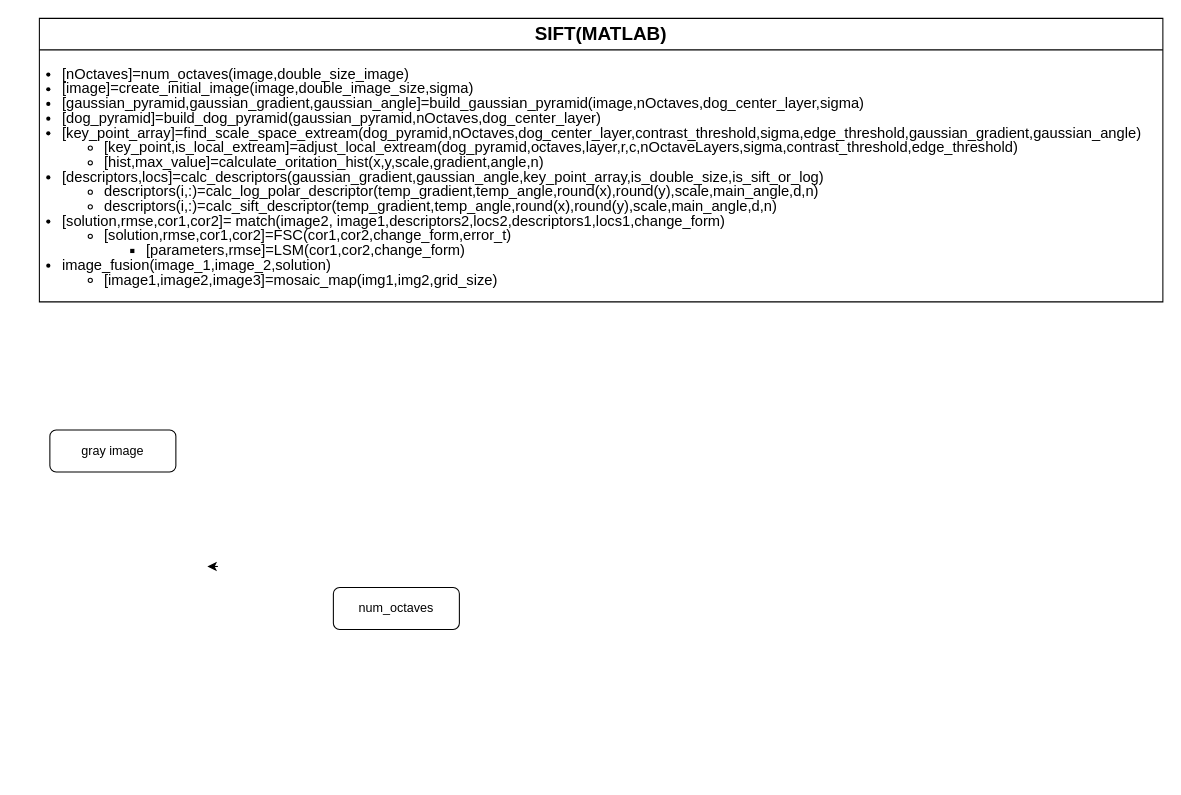
Above: sift_orign.drawio in stidyhard/draw (draw.io), before the change. Source tidied: cells renumbered, new cells numbered last; positions are measured from the earlier drawing's top-left corner, leaving out a move shared by most shapes. Both pictures are drawn from the tidied source at 105%, with x=0, y=0 at pixel (18, 18).
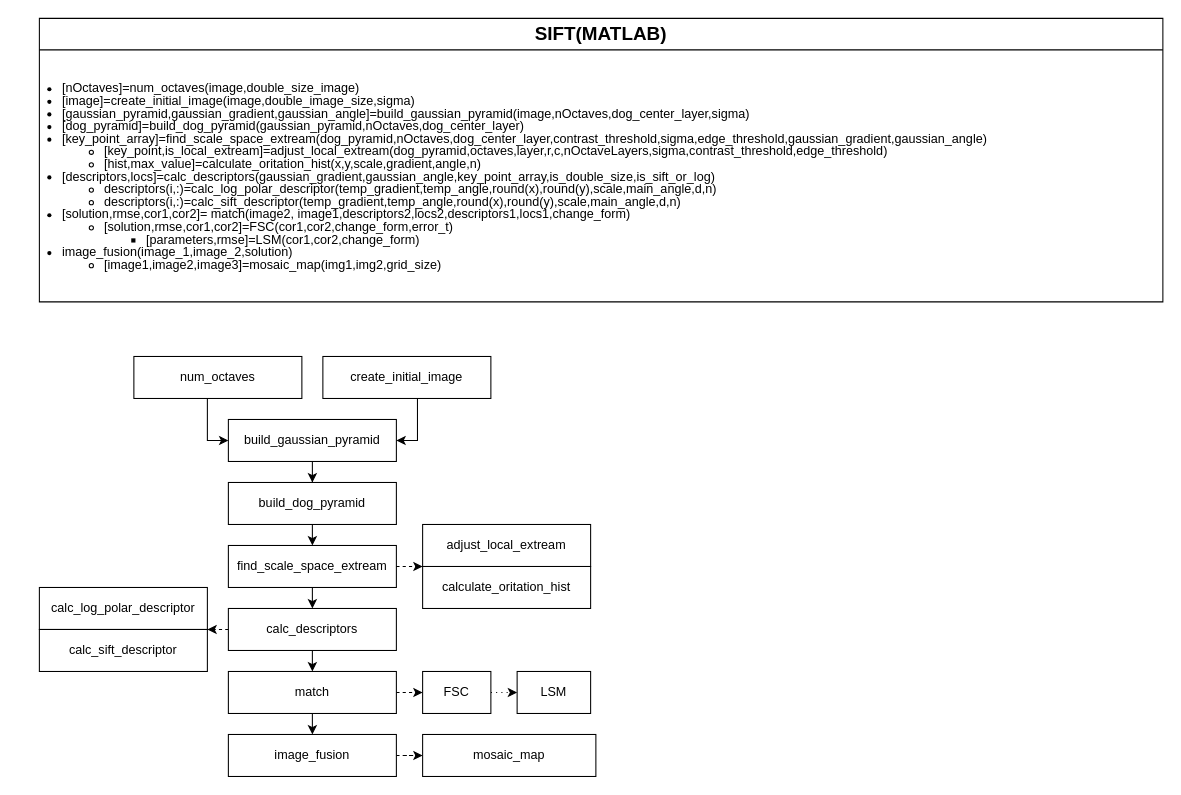
After the change.

Change to the diagram source:
```diff
@@
-    <mxCell id="2" value="gray image" style="rounded=1;whiteSpace=wrap;html=1;" parent="1" vertex="1">
-      <mxGeometry x="30" y="392" width="120" height="40" as="geometry" />
-    </mxCell>
-    <mxCell id="3" value="num_octaves" style="rounded=1;whiteSpace=wrap;html=1;" parent="1" vertex="1">
-      <mxGeometry x="300" y="542" width="120" height="40" as="geometry" />
-    </mxCell>
-    <mxCell id="4" style="edgeStyle=orthogonalEdgeStyle;rounded=0;orthogonalLoop=1;jettySize=auto;html=1;exitX=0.75;exitY=0;exitDx=0;exitDy=0;" parent="1" edge="1">
-      <mxGeometry relative="1" as="geometry">
-        <mxPoint x="190" y="522" as="sourcePoint" />
-        <mxPoint x="180" y="521.6" as="targetPoint" />
-      </mxGeometry>
-    </mxCell>
-    <mxCell id="5" value="&lt;ul style=&quot;line-height: 100%; font-size: 14px;&quot;&gt;&lt;li&gt;[nOctaves]=num_octaves(image,double_size_image)&lt;/li&gt;&lt;li&gt;[image]=create_initial_image(image,double_image_size,sigma)&lt;/li&gt;&lt;li&gt;[gaussian_pyramid,gaussian_gradient,gaussian_angle]=build_gaussian_pyramid(image,nOctaves,dog_center_layer,sigma)&lt;/li&gt;&lt;li&gt;[dog_pyramid]=build_dog_pyramid(gaussian_pyramid,nOctaves,dog_center_layer)&lt;/li&gt;&lt;li&gt;[key_point_array]=find_scale_space_extream(dog_pyramid,nOctaves,dog_center_layer,contrast_threshold,sigma,edge_threshold,gaussian_gradient,gaussian_angle)&lt;/li&gt;&lt;ul&gt;&lt;li&gt;[key_point,is_local_extream]=adjust_local_extream(dog_pyramid,octaves,layer,r,c,nOctaveLayers,sigma,contrast_threshold,edge_threshold)&lt;/li&gt;&lt;li&gt;[hist,max_value]=calculate_oritation_hist(x,y,scale,gradient,angle,n)&lt;/li&gt;&lt;/ul&gt;&lt;li&gt;[descriptors,locs]=calc_descriptors(gaussian_gradient,gaussian_angle,key_point_array,is_double_size,is_sift_or_log)&lt;/li&gt;&lt;ul&gt;&lt;li&gt;descriptors(i,:)=calc_log_polar_descriptor(temp_gradient,temp_angle,round(x),round(y),scale,main_angle,d,n)&lt;/li&gt;&lt;li&gt;descriptors(i,:)=calc_sift_descriptor(temp_gradient,temp_angle,round(x),round(y),scale,main_angle,d,n)&lt;/li&gt;&lt;/ul&gt;&lt;li&gt;[solution,rmse,cor1,cor2]= match(image2, image1,descriptors2,locs2,descriptors1,locs1,change_form)&lt;/li&gt;&lt;ul&gt;&lt;li&gt;[solution,rmse,cor1,cor2]=FSC(cor1,cor2,change_form,error_t)&lt;br&gt;&lt;/li&gt;&lt;ul&gt;&lt;li&gt;[parameters,rmse]=LSM(cor1,cor2,change_form)&lt;br&gt;&lt;/li&gt;&lt;/ul&gt;&lt;/ul&gt;&lt;li&gt;image_fusion(image_1,image_2,solution)&lt;br&gt;&lt;/li&gt;&lt;ul&gt;&lt;li&gt;[image1,image2,image3]=mosaic_map(img1,img2,grid_size)&lt;br&gt;&lt;/li&gt;&lt;/ul&gt;&lt;/ul&gt;" style="text;html=1;align=left;verticalAlign=middle;whiteSpace=wrap;rounded=0;" parent="1" vertex="1">
+    <mxCell id="5" value="&lt;ul style=&quot;line-height: 100%;&quot;&gt;&lt;li&gt;[nOctaves]=num_octaves(image,double_size_image)&lt;/li&gt;&lt;li&gt;[image]=create_initial_image(image,double_image_size,sigma)&lt;/li&gt;&lt;li&gt;[gaussian_pyramid,gaussian_gradient,gaussian_angle]=build_gaussian_pyramid(image,nOctaves,dog_center_layer,sigma)&lt;/li&gt;&lt;li&gt;[dog_pyramid]=build_dog_pyramid(gaussian_pyramid,nOctaves,dog_center_layer)&lt;/li&gt;&lt;li&gt;[key_point_array]=find_scale_space_extream(dog_pyramid,nOctaves,dog_center_layer,contrast_threshold,sigma,edge_threshold,gaussian_gradient,gaussian_angle)&lt;/li&gt;&lt;ul&gt;&lt;li&gt;[key_point,is_local_extream]=adjust_local_extream(dog_pyramid,octaves,layer,r,c,nOctaveLayers,sigma,contrast_threshold,edge_threshold)&lt;/li&gt;&lt;li&gt;[hist,max_value]=calculate_oritation_hist(x,y,scale,gradient,angle,n)&lt;/li&gt;&lt;/ul&gt;&lt;li&gt;[descriptors,locs]=calc_descriptors(gaussian_gradient,gaussian_angle,key_point_array,is_double_size,is_sift_or_log)&lt;/li&gt;&lt;ul&gt;&lt;li&gt;descriptors(i,:)=calc_log_polar_descriptor(temp_gradient,temp_angle,round(x),round(y),scale,main_angle,d,n)&lt;/li&gt;&lt;li&gt;descriptors(i,:)=calc_sift_descriptor(temp_gradient,temp_angle,round(x),round(y),scale,main_angle,d,n)&lt;/li&gt;&lt;/ul&gt;&lt;li&gt;[solution,rmse,cor1,cor2]= match(image2, image1,descriptors2,locs2,descriptors1,locs1,change_form)&lt;/li&gt;&lt;ul&gt;&lt;li&gt;[solution,rmse,cor1,cor2]=FSC(cor1,cor2,change_form,error_t)&lt;br&gt;&lt;/li&gt;&lt;ul&gt;&lt;li&gt;[parameters,rmse]=LSM(cor1,cor2,change_form)&lt;br&gt;&lt;/li&gt;&lt;/ul&gt;&lt;/ul&gt;&lt;li&gt;image_fusion(image_1,image_2,solution)&lt;br&gt;&lt;/li&gt;&lt;ul&gt;&lt;li&gt;[image1,image2,image3]=mosaic_map(img1,img2,grid_size)&lt;br&gt;&lt;/li&gt;&lt;/ul&gt;&lt;/ul&gt;" style="text;html=1;align=left;verticalAlign=middle;whiteSpace=wrap;rounded=0;labelBackgroundColor=none;" parent="1" vertex="1">
       <mxGeometry y="110" width="970" height="80" as="geometry" />
     </mxCell>
-    <mxCell id="6" value="&lt;font style=&quot;font-size: 18px;&quot;&gt;SIFT(MATLAB)&lt;/font&gt;" style="swimlane;whiteSpace=wrap;html=1;startSize=30;" parent="1" vertex="1">
+    <mxCell id="6" value="&lt;font style=&quot;font-size: 18px;&quot;&gt;SIFT(MATLAB)&lt;/font&gt;" style="swimlane;whiteSpace=wrap;html=1;startSize=30;labelBackgroundColor=none;" parent="1" vertex="1">
       <mxGeometry x="20" width="1070" height="270" as="geometry" />
     </mxCell>
+    <mxCell id="7" style="edgeStyle=orthogonalEdgeStyle;rounded=0;jettySize=auto;html=1;exitX=0.563;exitY=0.952;exitDx=0;exitDy=0;exitPerimeter=0;labelBackgroundColor=none;fontColor=default;" parent="1" edge="1" source="8" target="24">
+      <mxGeometry relative="1" as="geometry">
+        <Array as="points">
+          <mxPoint x="380" y="402" />
+        </Array>
+      </mxGeometry>
+    </mxCell>
+    <mxCell id="8" value="&lt;span style=&quot;text-align: left;&quot;&gt;&lt;font style=&quot;font-size: 12px;&quot;&gt;create_initial_image&lt;/font&gt;&lt;/span&gt;" style="whiteSpace=wrap;html=1;rounded=0;labelBackgroundColor=none;" parent="1" vertex="1">
+      <mxGeometry x="290" y="322" width="160" height="40" as="geometry" />
+    </mxCell>
+    <mxCell id="9" value="&lt;span style=&quot;text-align: left;&quot;&gt;calculate_oritation_hist&lt;/span&gt;" style="rounded=0;whiteSpace=wrap;html=1;labelBackgroundColor=none;" parent="1" vertex="1">
+      <mxGeometry x="385" y="522" width="160" height="40" as="geometry" />
+    </mxCell>
+    <mxCell id="10" style="edgeStyle=orthogonalEdgeStyle;rounded=0;jettySize=auto;html=1;exitX=0.5;exitY=1;exitDx=0;exitDy=0;entryX=0.5;entryY=0;entryDx=0;entryDy=0;labelBackgroundColor=none;fontColor=default;" parent="1" edge="1" source="11" target="16">
+      <mxGeometry relative="1" as="geometry" />
+    </mxCell>
+    <mxCell id="11" value="&lt;span style=&quot;text-align: left;&quot;&gt;calc_descriptors&lt;/span&gt;" style="rounded=0;whiteSpace=wrap;html=1;labelBackgroundColor=none;" parent="1" vertex="1">
+      <mxGeometry x="200" y="562" width="160" height="40" as="geometry" />
+    </mxCell>
+    <mxCell id="12" value="&lt;span style=&quot;text-align: left;&quot;&gt;calc_log_polar_descriptor&lt;/span&gt;" style="rounded=0;whiteSpace=wrap;html=1;labelBackgroundColor=none;" parent="1" vertex="1">
+      <mxGeometry x="20" y="542" width="160" height="40" as="geometry" />
+    </mxCell>
+    <mxCell id="13" value="&lt;span style=&quot;text-align: left;&quot;&gt;calc_sift_descriptor&lt;/span&gt;" style="rounded=0;whiteSpace=wrap;html=1;labelBackgroundColor=none;" parent="1" vertex="1">
+      <mxGeometry x="20" y="582" width="160" height="40" as="geometry" />
+    </mxCell>
+    <mxCell id="14" style="edgeStyle=orthogonalEdgeStyle;rounded=0;jettySize=auto;html=1;exitX=1;exitY=0.5;exitDx=0;exitDy=0;entryX=0;entryY=0.5;entryDx=0;entryDy=0;dashed=1;labelBackgroundColor=none;fontColor=default;" parent="1" edge="1" source="16" target="18">
+      <mxGeometry relative="1" as="geometry" />
+    </mxCell>
+    <mxCell id="15" style="edgeStyle=orthogonalEdgeStyle;rounded=0;jettySize=auto;html=1;exitX=0.5;exitY=1;exitDx=0;exitDy=0;entryX=0.5;entryY=0;entryDx=0;entryDy=0;labelBackgroundColor=none;fontColor=default;" parent="1" edge="1" source="16" target="21">
+      <mxGeometry relative="1" as="geometry" />
+    </mxCell>
+    <mxCell id="16" value="&lt;span style=&quot;text-align: left;&quot;&gt;match&lt;/span&gt;" style="rounded=0;whiteSpace=wrap;html=1;labelBackgroundColor=none;" parent="1" vertex="1">
+      <mxGeometry x="200" y="622" width="160" height="40" as="geometry" />
+    </mxCell>
+    <mxCell id="17" style="edgeStyle=orthogonalEdgeStyle;rounded=0;jettySize=auto;html=1;exitX=1;exitY=0.5;exitDx=0;exitDy=0;entryX=0;entryY=0.5;entryDx=0;entryDy=0;dashed=1;dashPattern=1 4;strokeWidth=1;labelBackgroundColor=none;fontColor=default;" parent="1" edge="1" source="18" target="19">
+      <mxGeometry relative="1" as="geometry" />
+    </mxCell>
+    <mxCell id="18" value="&lt;span style=&quot;text-align: left;&quot;&gt;FSC&lt;/span&gt;" style="rounded=0;whiteSpace=wrap;html=1;labelBackgroundColor=none;" parent="1" vertex="1">
+      <mxGeometry x="385" y="622" width="65" height="40" as="geometry" />
+    </mxCell>
+    <mxCell id="19" value="&lt;span style=&quot;text-align: left;&quot;&gt;LSM&lt;/span&gt;" style="rounded=0;whiteSpace=wrap;html=1;labelBackgroundColor=none;" parent="1" vertex="1">
+      <mxGeometry x="475" y="622" width="70" height="40" as="geometry" />
+    </mxCell>
+    <mxCell id="20" style="edgeStyle=orthogonalEdgeStyle;rounded=0;jettySize=auto;html=1;entryX=0;entryY=0.5;entryDx=0;entryDy=0;dashed=1;labelBackgroundColor=none;fontColor=default;" parent="1" edge="1" source="21" target="22">
+      <mxGeometry relative="1" as="geometry" />
+    </mxCell>
+    <mxCell id="21" value="&lt;span style=&quot;text-align: left;&quot;&gt;image_fusion&lt;/span&gt;" style="rounded=0;whiteSpace=wrap;html=1;labelBackgroundColor=none;" parent="1" vertex="1">
+      <mxGeometry x="200" y="682" width="160" height="40" as="geometry" />
+    </mxCell>
+    <mxCell id="22" value="&lt;span style=&quot;text-align: left;&quot;&gt;&lt;font style=&quot;font-size: 12px;&quot;&gt;mosaic_map&lt;/font&gt;&lt;/span&gt;" style="rounded=0;whiteSpace=wrap;html=1;labelBackgroundColor=none;" parent="1" vertex="1">
+      <mxGeometry x="385" y="682" width="165" height="40" as="geometry" />
+    </mxCell>
+    <mxCell id="23" style="edgeStyle=orthogonalEdgeStyle;rounded=0;jettySize=auto;html=1;entryX=0.5;entryY=0;entryDx=0;entryDy=0;labelBackgroundColor=none;fontColor=default;" parent="1" edge="1" source="24" target="26">
+      <mxGeometry relative="1" as="geometry" />
+    </mxCell>
+    <mxCell id="24" value="&lt;span style=&quot;text-align: left;&quot;&gt;build_gaussian_pyramid&lt;/span&gt;" style="rounded=0;whiteSpace=wrap;html=1;labelBackgroundColor=none;" parent="1" vertex="1">
+      <mxGeometry x="200" y="382" width="160" height="40" as="geometry" />
+    </mxCell>
+    <mxCell id="25" style="edgeStyle=orthogonalEdgeStyle;rounded=0;jettySize=auto;html=1;exitX=0.5;exitY=1;exitDx=0;exitDy=0;entryX=0.5;entryY=0;entryDx=0;entryDy=0;labelBackgroundColor=none;fontColor=default;" parent="1" edge="1" source="26" target="28">
+      <mxGeometry relative="1" as="geometry" />
+    </mxCell>
+    <mxCell id="26" value="&lt;span style=&quot;text-align: left;&quot;&gt;build_dog_pyramid&lt;/span&gt;" style="rounded=0;whiteSpace=wrap;html=1;labelBackgroundColor=none;" parent="1" vertex="1">
+      <mxGeometry x="200" y="442" width="160" height="40" as="geometry" />
+    </mxCell>
+    <mxCell id="27" style="edgeStyle=orthogonalEdgeStyle;rounded=0;jettySize=auto;html=1;exitX=0.5;exitY=1;exitDx=0;exitDy=0;entryX=0.5;entryY=0;entryDx=0;entryDy=0;labelBackgroundColor=none;fontColor=default;" parent="1" edge="1" source="28" target="11">
+      <mxGeometry relative="1" as="geometry" />
+    </mxCell>
+    <mxCell id="28" value="&lt;span style=&quot;text-align: left;&quot;&gt;find_scale_space_extream&lt;/span&gt;" style="rounded=0;whiteSpace=wrap;html=1;labelBackgroundColor=none;" parent="1" vertex="1">
+      <mxGeometry x="200" y="502" width="160" height="40" as="geometry" />
+    </mxCell>
+    <mxCell id="29" value="&lt;span style=&quot;text-align: left;&quot;&gt;adjust_local_extream&lt;/span&gt;" style="rounded=0;whiteSpace=wrap;html=1;shadow=0;labelBackgroundColor=none;" parent="1" vertex="1">
+      <mxGeometry x="385" y="482" width="160" height="40" as="geometry" />
+    </mxCell>
+    <mxCell id="30" style="edgeStyle=orthogonalEdgeStyle;rounded=0;jettySize=auto;html=1;labelBackgroundColor=none;fontColor=default;" parent="1" edge="1" source="3">
+      <mxGeometry relative="1" as="geometry">
+        <mxPoint x="200" y="402" as="targetPoint" />
+        <Array as="points">
+          <mxPoint x="180" y="402" />
+          <mxPoint x="200" y="402" />
+        </Array>
+      </mxGeometry>
+    </mxCell>
+    <mxCell id="3" value="&lt;span style=&quot;text-align: left;&quot;&gt;num_octaves&lt;/span&gt;" style="whiteSpace=wrap;html=1;rounded=0;labelBackgroundColor=none;" parent="1" vertex="1">
+      <mxGeometry x="110" y="322" width="160" height="40" as="geometry" />
+    </mxCell>
+    <mxCell id="31" style="endArrow=classic;html=1;rounded=0;entryX=0;entryY=1;entryDx=0;entryDy=0;dashed=1;labelBackgroundColor=none;fontColor=default;" parent="1" edge="1" target="29">
+      <mxGeometry relative="1" as="geometry">
+        <mxPoint x="360" y="522" as="sourcePoint" />
+      </mxGeometry>
+    </mxCell>
+    <mxCell id="32" style="endArrow=classic;html=1;rounded=0;entryX=1;entryY=1;entryDx=0;entryDy=0;exitX=0;exitY=0.5;exitDx=0;exitDy=0;dashed=1;labelBackgroundColor=none;fontColor=default;" parent="1" edge="1" source="11" target="12">
+      <mxGeometry relative="1" as="geometry" />
+    </mxCell>
```
